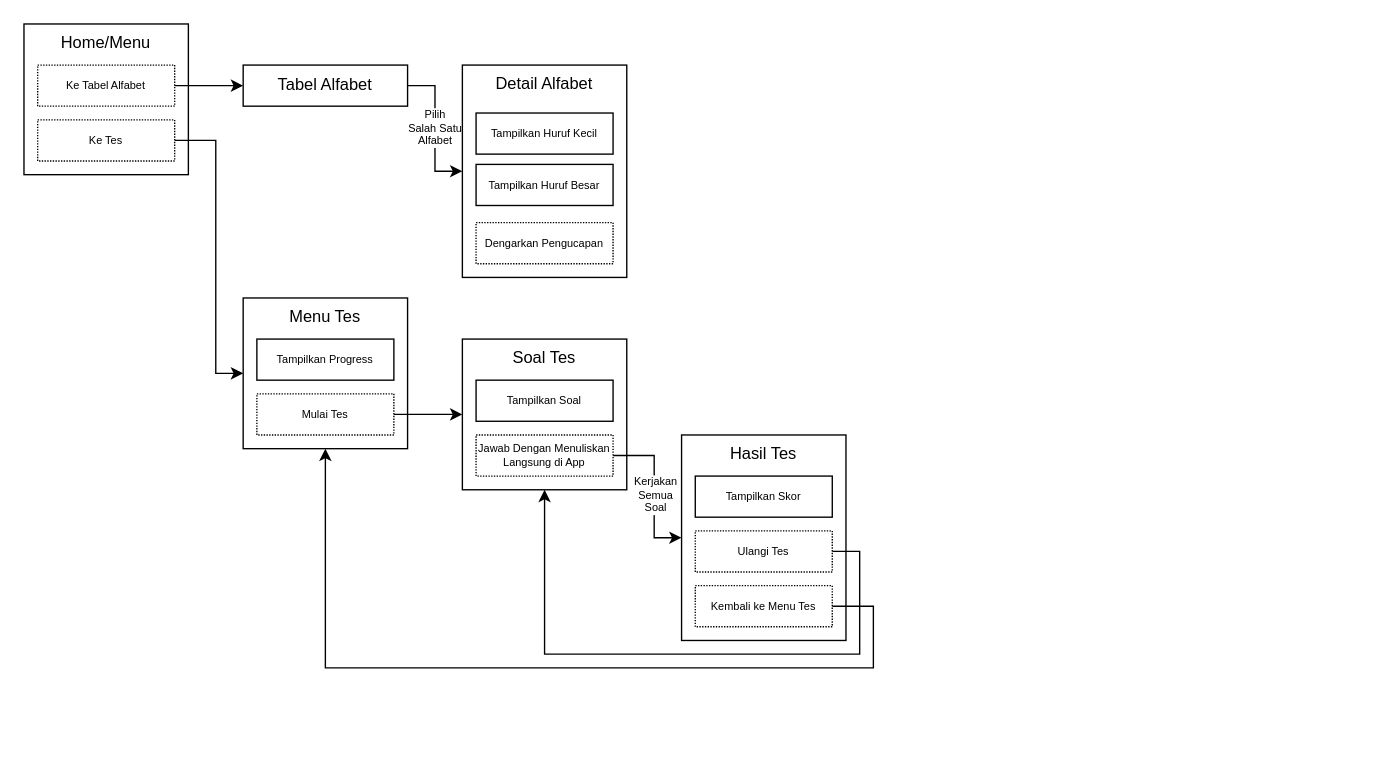
This is diagrams/workflow.drawio from alimtegar/edugraf, a draw.io file, before an edit. Source tidied: cells renumbered, new cells numbered last; positions are measured from the earlier drawing's top-left corner, leaving out a move shared by most shapes. Both pictures are drawn from the tidied source at 137%, with x=0, y=0 at pixel (23, 23).
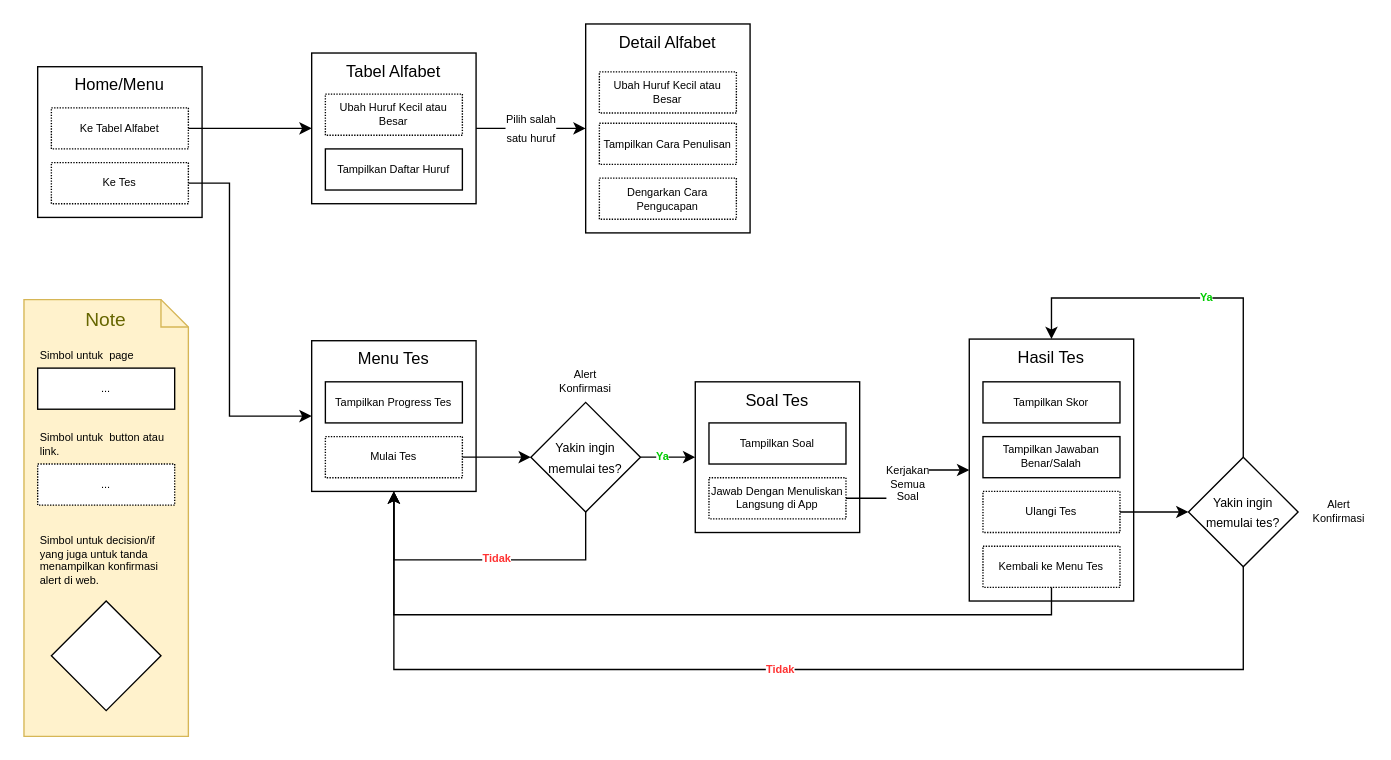
Above is the later version.

Diff of the diagram source:
```diff
@@
     <mxCell id="2" value="Home/Menu" style="rounded=0;whiteSpace=wrap;html=1;verticalAlign=top;" parent="1" vertex="1">
-      <mxGeometry width="120" height="110" as="geometry" />
+      <mxGeometry x="10" y="31.2" width="120" height="110" as="geometry" />
     </mxCell>
     <mxCell id="3" value="Ke Tabel Alfabet" style="rounded=0;whiteSpace=wrap;html=1;verticalAlign=middle;fontSize=8;dashed=1;dashPattern=1 1;" parent="1" vertex="1">
-      <mxGeometry x="10" y="30" width="100" height="30" as="geometry" />
+      <mxGeometry x="20" y="61.2" width="100" height="30" as="geometry" />
     </mxCell>
     <mxCell id="4" style="edgeStyle=orthogonalEdgeStyle;rounded=0;jettySize=auto;html=1;entryX=0;entryY=0.5;entryDx=0;entryDy=0;" parent="1" edge="1" source="5" target="10">
       <mxGeometry relative="1" as="geometry">
         <Array as="points">
-          <mxPoint x="140" y="85" />
-          <mxPoint x="140" y="255" />
+          <mxPoint x="150" y="116.2" />
+          <mxPoint x="150" y="286.2" />
         </Array>
       </mxGeometry>
     </mxCell>
     <mxCell id="5" value="Ke Tes" style="rounded=0;whiteSpace=wrap;html=1;verticalAlign=middle;fontSize=8;dashed=1;dashPattern=1 1;" parent="1" vertex="1">
-      <mxGeometry x="10" y="70" width="100" height="30" as="geometry" />
+      <mxGeometry x="20" y="101.2" width="100" height="30" as="geometry" />
     </mxCell>
-    <mxCell id="6" style="edgeStyle=orthogonalEdgeStyle;rounded=0;jettySize=auto;html=1;entryX=0;entryY=0.5;entryDx=0;entryDy=0;" parent="1" edge="1" source="8" target="11">
+    <mxCell id="6" value="&lt;font style=&quot;font-size: 8px&quot;&gt;Pilih salah &lt;br&gt;satu huruf&lt;/font&gt;" style="edgeStyle=orthogonalEdgeStyle;rounded=0;jettySize=auto;html=1;entryX=0;entryY=0.5;entryDx=0;entryDy=0;" parent="1" edge="1" source="8" target="11">
       <mxGeometry relative="1" as="geometry" />
     </mxCell>
-    <mxCell id="7" value="Pilih &lt;br&gt;Salah Satu &lt;br&gt;Alfabet" style="edgeLabel;html=1;align=center;verticalAlign=middle;fontSize=8;" parent="6" vertex="1">
-      <mxGeometry x="0.05" y="1" relative="1" as="geometry">
-        <mxPoint x="-2" y="-4" as="offset" />
-      </mxGeometry>
-    </mxCell>
-    <mxCell id="8" value="Tabel Alfabet" style="rounded=0;whiteSpace=wrap;html=1;verticalAlign=middle;" parent="1" vertex="1">
-      <mxGeometry x="160" y="30" width="120" height="30" as="geometry" />
+    <mxCell id="8" value="Tabel Alfabet" style="rounded=0;whiteSpace=wrap;html=1;verticalAlign=top;" parent="1" vertex="1">
+      <mxGeometry x="210" y="21.2" width="120" height="110" as="geometry" />
     </mxCell>
@@
     <mxCell id="10" value="Menu Tes" style="rounded=0;whiteSpace=wrap;html=1;verticalAlign=top;" parent="1" vertex="1">
-      <mxGeometry x="160" y="200" width="120" height="110" as="geometry" />
+      <mxGeometry x="210" y="231.2" width="120" height="110" as="geometry" />
     </mxCell>
     <mxCell id="11" value="Detail Alfabet" style="rounded=0;whiteSpace=wrap;html=1;verticalAlign=top;" parent="1" vertex="1">
-      <mxGeometry x="320" y="30" width="120" height="155" as="geometry" />
+      <mxGeometry x="410" width="120" height="152.5" as="geometry" />
     </mxCell>
-    <mxCell id="12" value="Tampilkan Huruf Kecil" style="rounded=0;whiteSpace=wrap;html=1;verticalAlign=middle;fontSize=8;" parent="1" vertex="1">
-      <mxGeometry x="330" y="65" width="100" height="30" as="geometry" />
+    <mxCell id="12" value="Ubah Huruf Kecil atau Besar" style="rounded=0;whiteSpace=wrap;html=1;verticalAlign=middle;fontSize=8;dashed=1;dashPattern=1 1;" parent="1" vertex="1">
+      <mxGeometry x="420" y="35" width="100" height="30" as="geometry" />
     </mxCell>
-    <mxCell id="13" value="Tampilkan Huruf Besar" style="rounded=0;whiteSpace=wrap;html=1;verticalAlign=middle;fontSize=8;" parent="1" vertex="1">
-      <mxGeometry x="330" y="102.5" width="100" height="30" as="geometry" />
-    </mxCell>
-    <mxCell id="14" value="Dengarkan Pengucapan" style="rounded=0;whiteSpace=wrap;html=1;verticalAlign=middle;fontSize=8;dashed=1;dashPattern=1 1;" parent="1" vertex="1">
-      <mxGeometry x="330" y="145" width="100" height="30" as="geometry" />
+    <mxCell id="14" value="Dengarkan Cara Pengucapan" style="rounded=0;whiteSpace=wrap;html=1;verticalAlign=middle;fontSize=8;dashed=1;dashPattern=1 1;" parent="1" vertex="1">
+      <mxGeometry x="420" y="112.5" width="100" height="30" as="geometry" />
     </mxCell>
     <mxCell id="15" value="Soal Tes" style="rounded=0;whiteSpace=wrap;html=1;verticalAlign=top;" parent="1" vertex="1">
-      <mxGeometry x="320" y="230" width="120" height="110" as="geometry" />
+      <mxGeometry x="490" y="261.2" width="120" height="110" as="geometry" />
     </mxCell>
-    <mxCell id="16" style="edgeStyle=orthogonalEdgeStyle;rounded=0;jettySize=auto;html=1;entryX=0;entryY=0.5;entryDx=0;entryDy=0;fontSize=8;" parent="1" edge="1" source="17" target="15">
+    <mxCell id="16" style="edgeStyle=orthogonalEdgeStyle;rounded=0;jettySize=auto;html=1;entryX=0;entryY=0.5;entryDx=0;entryDy=0;fontSize=8;" parent="1" edge="1" source="17" target="35">
       <mxGeometry relative="1" as="geometry" />
     </mxCell>
     <mxCell id="17" value="Mulai Tes" style="rounded=0;whiteSpace=wrap;html=1;verticalAlign=middle;fontSize=8;dashed=1;dashPattern=1 1;" parent="1" vertex="1">
-      <mxGeometry x="170" y="270" width="100" height="30" as="geometry" />
+      <mxGeometry x="220" y="301.2" width="100" height="30" as="geometry" />
     </mxCell>
-    <mxCell id="18" value="Tampilkan Progress" style="rounded=0;whiteSpace=wrap;html=1;verticalAlign=middle;fontSize=8;" parent="1" vertex="1">
-      <mxGeometry x="170" y="230" width="100" height="30" as="geometry" />
+    <mxCell id="18" value="Tampilkan Progress Tes" style="rounded=0;whiteSpace=wrap;html=1;verticalAlign=middle;fontSize=8;" parent="1" vertex="1">
+      <mxGeometry x="220" y="261.2" width="100" height="30" as="geometry" />
     </mxCell>
     <mxCell id="19" value="Tampilkan Soal" style="rounded=0;whiteSpace=wrap;html=1;verticalAlign=middle;fontSize=8;" parent="1" vertex="1">
-      <mxGeometry x="330" y="260" width="100" height="30" as="geometry" />
+      <mxGeometry x="500" y="291.2" width="100" height="30" as="geometry" />
     </mxCell>
-    <mxCell id="20" style="edgeStyle=orthogonalEdgeStyle;rounded=0;jettySize=auto;html=1;entryX=0;entryY=0.5;entryDx=0;entryDy=0;fontSize=8;" parent="1" edge="1" source="21" target="22">
-      <mxGeometry relative="1" as="geometry">
-        <Array as="points">
-          <mxPoint x="460" y="315" />
-          <mxPoint x="460" y="375" />
-        </Array>
-      </mxGeometry>
-    </mxCell>
+    <mxCell id="28" value="Kerjakan&lt;br&gt;Semua&lt;br&gt;Soal" style="edgeStyle=orthogonalEdgeStyle;rounded=0;jettySize=auto;html=1;entryX=0;entryY=0.5;entryDx=0;entryDy=0;fontSize=8;" parent="1" edge="1" source="21" target="22">
+      <mxGeometry relative="1" as="geometry" />
+    </mxCell>
     <mxCell id="21" value="Jawab Dengan Menuliskan Langsung di App" style="rounded=0;whiteSpace=wrap;html=1;verticalAlign=middle;fontSize=8;dashed=1;dashPattern=1 1;" parent="1" vertex="1">
-      <mxGeometry x="330" y="300" width="100" height="30" as="geometry" />
+      <mxGeometry x="500" y="331.2" width="100" height="30" as="geometry" />
     </mxCell>
     <mxCell id="22" value="Hasil Tes" style="rounded=0;whiteSpace=wrap;html=1;verticalAlign=top;" parent="1" vertex="1">
-      <mxGeometry x="480" y="300" width="120" height="150" as="geometry" />
+      <mxGeometry x="690" y="230" width="120" height="191.2" as="geometry" />
     </mxCell>
     <mxCell id="23" value="Tampilkan Skor" style="rounded=0;whiteSpace=wrap;html=1;verticalAlign=middle;fontSize=8;" parent="1" vertex="1">
-      <mxGeometry x="490" y="330" width="100" height="30" as="geometry" />
+      <mxGeometry x="700" y="261.2" width="100" height="30" as="geometry" />
     </mxCell>
-    <mxCell id="24" style="edgeStyle=orthogonalEdgeStyle;rounded=0;jettySize=auto;html=1;exitX=1;exitY=0.5;exitDx=0;exitDy=0;entryX=0.5;entryY=1;entryDx=0;entryDy=0;fontSize=8;" parent="1" edge="1" source="25" target="15">
-      <mxGeometry relative="1" as="geometry">
-        <Array as="points">
-          <mxPoint x="610" y="385" />
-          <mxPoint x="610" y="460" />
-          <mxPoint x="380" y="460" />
-        </Array>
-      </mxGeometry>
-    </mxCell>
+    <mxCell id="29" style="edgeStyle=orthogonalEdgeStyle;rounded=0;jettySize=auto;html=1;entryX=0;entryY=0.5;entryDx=0;entryDy=0;fontSize=8;" parent="1" edge="1" source="25" target="40">
+      <mxGeometry relative="1" as="geometry" />
+    </mxCell>
     <mxCell id="25" value="Ulangi Tes" style="rounded=0;whiteSpace=wrap;html=1;verticalAlign=middle;fontSize=8;dashed=1;dashPattern=1 1;" parent="1" vertex="1">
-      <mxGeometry x="490" y="370" width="100" height="30" as="geometry" />
+      <mxGeometry x="700" y="341.2" width="100" height="30" as="geometry" />
     </mxCell>
-    <mxCell id="26" style="edgeStyle=orthogonalEdgeStyle;rounded=0;jettySize=auto;html=1;fontSize=8;entryX=0.5;entryY=1;entryDx=0;entryDy=0;exitX=1;exitY=0.5;exitDx=0;exitDy=0;" parent="1" edge="1" source="27" target="10">
+    <mxCell id="26" style="edgeStyle=orthogonalEdgeStyle;rounded=0;jettySize=auto;html=1;entryX=0.5;entryY=1;entryDx=0;entryDy=0;fontSize=8;exitX=0.5;exitY=1;exitDx=0;exitDy=0;" parent="1" edge="1" source="27" target="10">
       <mxGeometry relative="1" as="geometry">
         <Array as="points">
-          <mxPoint x="620" y="425" />
-          <mxPoint x="620" y="470" />
-          <mxPoint x="220" y="470" />
+          <mxPoint x="750" y="431.2" />
+          <mxPoint x="270" y="431.2" />
         </Array>
       </mxGeometry>
     </mxCell>
     <mxCell id="27" value="Kembali ke Menu Tes" style="rounded=0;whiteSpace=wrap;html=1;verticalAlign=middle;fontSize=8;dashed=1;dashPattern=1 1;" parent="1" vertex="1">
-      <mxGeometry x="490" y="410" width="100" height="30" as="geometry" />
+      <mxGeometry x="700" y="381.2" width="100" height="30" as="geometry" />
     </mxCell>
-    <mxCell id="28" value="Kerjakan &lt;br&gt;Semua&lt;br&gt;Soal" style="edgeLabel;html=1;align=center;verticalAlign=middle;fontSize=8;" parent="1" vertex="1">
-      <mxGeometry x="460" y="343" as="geometry" />
-    </mxCell>
+    <mxCell id="30" value="Tampilkan Cara Penulisan" style="rounded=0;whiteSpace=wrap;html=1;verticalAlign=middle;fontSize=8;dashed=1;dashPattern=1 1;" parent="1" vertex="1">
+      <mxGeometry x="420" y="72.5" width="100" height="30" as="geometry" />
+    </mxCell>
+    <mxCell id="31" style="edgeStyle=orthogonalEdgeStyle;rounded=0;jettySize=auto;html=1;exitX=0.5;exitY=1;exitDx=0;exitDy=0;entryX=0.5;entryY=1;entryDx=0;entryDy=0;" parent="1" edge="1" source="35" target="10">
+      <mxGeometry relative="1" as="geometry">
+        <Array as="points">
+          <mxPoint x="410" y="391.2" />
+          <mxPoint x="270" y="391.2" />
+        </Array>
+      </mxGeometry>
+    </mxCell>
+    <mxCell id="32" value="Tidak" style="edgeLabel;html=1;align=center;verticalAlign=middle;fontSize=8;fontStyle=1;fontColor=#FF3333;" parent="31" vertex="1">
+      <mxGeometry x="-0.1" y="-2" relative="1" as="geometry" />
+    </mxCell>
+    <mxCell id="33" style="edgeStyle=orthogonalEdgeStyle;rounded=0;jettySize=auto;html=1;entryX=0;entryY=0.5;entryDx=0;entryDy=0;" parent="1" edge="1" source="35" target="15">
+      <mxGeometry relative="1" as="geometry" />
+    </mxCell>
+    <mxCell id="34" value="&lt;b&gt;&lt;font color=&quot;#00cc00&quot;&gt;Ya&lt;/font&gt;&lt;/b&gt;" style="edgeLabel;html=1;align=center;verticalAlign=middle;fontSize=8;" parent="33" vertex="1">
+      <mxGeometry x="-0.24" y="1" relative="1" as="geometry" />
+    </mxCell>
+    <mxCell id="35" value="&lt;font style=&quot;font-size: 9px&quot;&gt;Yakin ingin memulai tes?&lt;/font&gt;" style="rhombus;whiteSpace=wrap;html=1;" parent="1" vertex="1">
+      <mxGeometry x="370" y="276.2" width="80" height="80" as="geometry" />
+    </mxCell>
+    <mxCell id="36" value="Tampilkan Daftar Huruf" style="rounded=0;whiteSpace=wrap;html=1;verticalAlign=middle;fontSize=8;" parent="1" vertex="1">
+      <mxGeometry x="220" y="91.2" width="100" height="30" as="geometry" />
+    </mxCell>
+    <mxCell id="37" value="Ubah Huruf Kecil atau Besar" style="rounded=0;whiteSpace=wrap;html=1;verticalAlign=middle;fontSize=8;dashed=1;dashPattern=1 1;" parent="1" vertex="1">
+      <mxGeometry x="220" y="51.2" width="100" height="30" as="geometry" />
+    </mxCell>
+    <mxCell id="38" value="&lt;b&gt;&lt;font color=&quot;#ff3333&quot;&gt;Tidak&lt;/font&gt;&lt;/b&gt;" style="edgeStyle=orthogonalEdgeStyle;rounded=0;jettySize=auto;html=1;fontSize=8;" parent="1" edge="1" source="40">
+      <mxGeometry relative="1" as="geometry">
+        <mxPoint x="270" y="341.2" as="targetPoint" />
+        <Array as="points">
+          <mxPoint x="890" y="471.2" />
+          <mxPoint x="270" y="471.2" />
+        </Array>
+      </mxGeometry>
+    </mxCell>
+    <mxCell id="39" value="&lt;font color=&quot;#00cc00&quot;&gt;&lt;b&gt;Ya&lt;/b&gt;&lt;/font&gt;" style="edgeStyle=orthogonalEdgeStyle;rounded=0;jettySize=auto;html=1;entryX=0.5;entryY=0;entryDx=0;entryDy=0;fontSize=8;" parent="1" edge="1" source="40" target="22">
+      <mxGeometry relative="1" as="geometry">
+        <Array as="points">
+          <mxPoint x="890" y="200" />
+          <mxPoint x="750" y="200" />
+        </Array>
+      </mxGeometry>
+    </mxCell>
+    <mxCell id="40" value="&lt;font style=&quot;font-size: 9px&quot;&gt;Yakin ingin memulai tes?&lt;/font&gt;" style="rhombus;whiteSpace=wrap;html=1;" parent="1" vertex="1">
+      <mxGeometry x="850" y="316.2" width="80" height="80" as="geometry" />
+    </mxCell>
+    <mxCell id="41" value="Alert Konfirmasi" style="text;html=1;strokeColor=none;fillColor=none;align=center;verticalAlign=middle;whiteSpace=wrap;rounded=0;dashed=1;dashPattern=1 1;fontSize=8;" parent="1" vertex="1">
+      <mxGeometry x="390" y="251.2" width="40" height="20" as="geometry" />
+    </mxCell>
+    <mxCell id="42" value="Alert Konfirmasi" style="text;html=1;strokeColor=none;fillColor=none;align=center;verticalAlign=middle;whiteSpace=wrap;rounded=0;dashed=1;dashPattern=1 1;fontSize=8;" parent="1" vertex="1">
+      <mxGeometry x="940" y="346.2" width="40" height="20" as="geometry" />
+    </mxCell>
+    <mxCell id="43" value="Note" style="shape=note;strokeWidth=1;fontSize=14;size=20;whiteSpace=wrap;html=1;fillColor=#fff2cc;strokeColor=#d6b656;fontColor=#666600;rounded=1;verticalAlign=top;" parent="1" vertex="1">
+      <mxGeometry y="201.2" width="120" height="318.8" as="geometry" />
+    </mxCell>
+    <mxCell id="44" value="..." style="rounded=0;whiteSpace=wrap;html=1;verticalAlign=middle;fontSize=8;dashed=1;dashPattern=1 1;" parent="1" vertex="1">
+      <mxGeometry x="10" y="321.2" width="100" height="30" as="geometry" />
+    </mxCell>
+    <mxCell id="45" value="Simbol untuk&amp;nbsp; button atau link." style="text;html=1;strokeColor=none;fillColor=none;align=left;verticalAlign=top;whiteSpace=wrap;rounded=0;dashed=1;dashPattern=1 1;fontSize=8;" parent="1" vertex="1">
+      <mxGeometry x="10" y="291.2" width="100" height="30" as="geometry" />
+    </mxCell>
+    <mxCell id="46" value="..." style="rounded=0;whiteSpace=wrap;html=1;verticalAlign=middle;fontSize=8;" parent="1" vertex="1">
+      <mxGeometry x="10" y="251.2" width="100" height="30" as="geometry" />
+    </mxCell>
+    <mxCell id="47" value="Simbol untuk&amp;nbsp; page" style="text;html=1;strokeColor=none;fillColor=none;align=left;verticalAlign=top;whiteSpace=wrap;rounded=0;dashed=1;dashPattern=1 1;fontSize=8;" parent="1" vertex="1">
+      <mxGeometry x="10" y="231.2" width="100" height="20" as="geometry" />
+    </mxCell>
+    <mxCell id="48" style="rhombus;whiteSpace=wrap;html=1;" parent="1" vertex="1">
+      <mxGeometry x="20" y="421.2" width="80" height="80" as="geometry" />
+    </mxCell>
+    <mxCell id="49" value="&lt;span style=&quot;font-family: &amp;#34;helvetica&amp;#34;&quot;&gt;Simbol untuk decision/if yang juga untuk tanda menampilkan konfirmasi alert di web.&lt;/span&gt;" style="text;html=1;strokeColor=none;fillColor=none;align=left;verticalAlign=top;whiteSpace=wrap;rounded=0;dashed=1;dashPattern=1 1;fontSize=8;" parent="1" vertex="1">
+      <mxGeometry x="10" y="366.2" width="100" height="30" as="geometry" />
+    </mxCell>
+    <mxCell id="50" value="Tampilkan Jawaban Benar/Salah" style="rounded=0;whiteSpace=wrap;html=1;verticalAlign=middle;fontSize=8;" parent="1" vertex="1">
+      <mxGeometry x="700" y="301.2" width="100" height="30" as="geometry" />
+    </mxCell>
```
